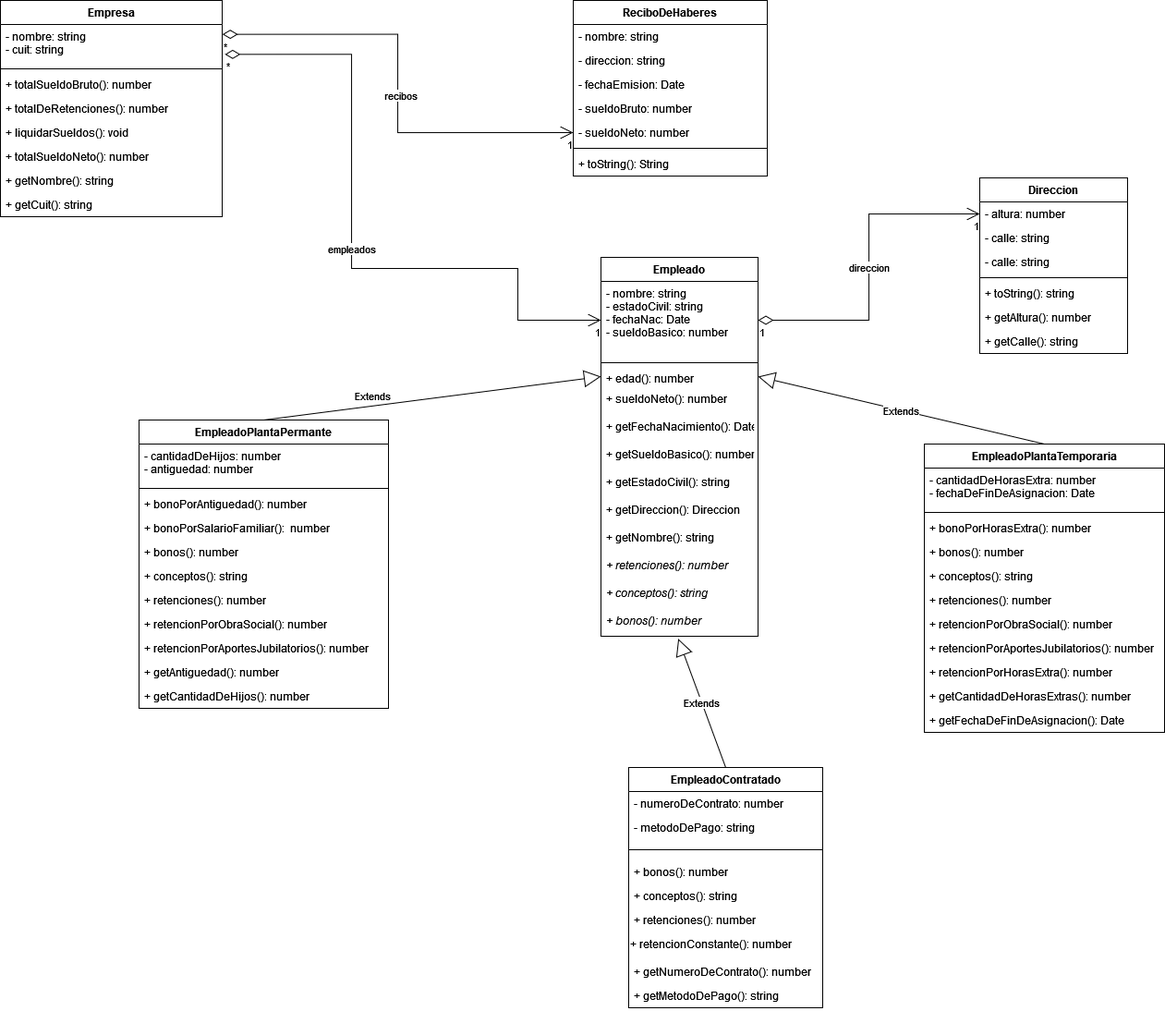
Before: TP UML OBJ2.drawio.png, a diagram exported from draw.io (jmsanchezdiaz/unq-poo2-tp2). Source tidied: cells renumbered, new cells last; positions are measured from the earlier drawing's top-left corner, leaving out a move shared by most shapes.
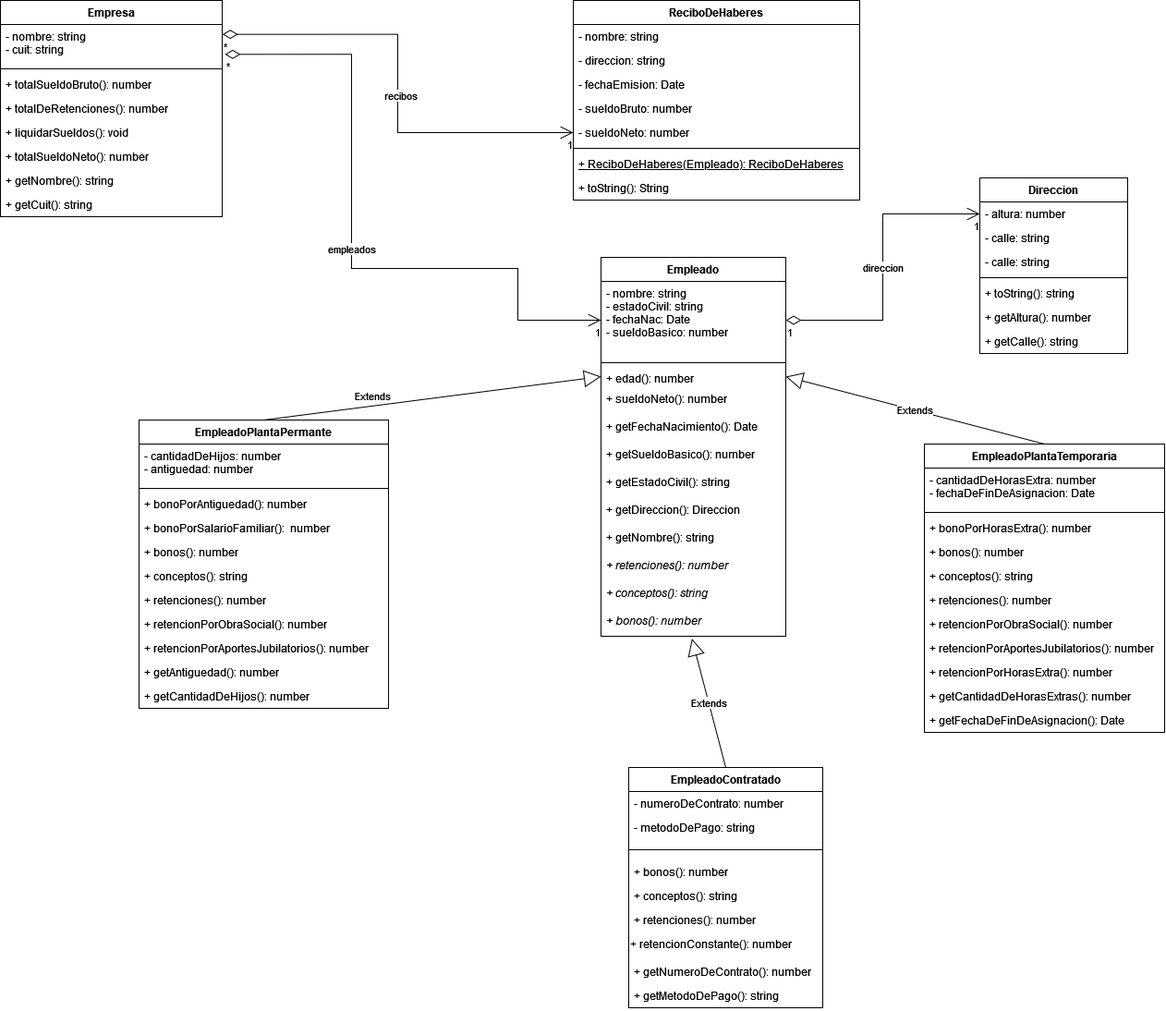
The same file after the commit.

What changed in the source:
```diff
@@ -30,43 +30,43 @@
       <mxGeometry y="208" width="240" height="26" as="geometry" />
     </mxCell>
     <mxCell id="11" value="Empleado" style="swimlane;fontStyle=1;align=center;verticalAlign=top;horizontal=1;startSize=26;" parent="1" vertex="1">
-      <mxGeometry x="650" y="278" width="170" height="410" as="geometry" />
+      <mxGeometry x="650" y="278" width="200" height="410" as="geometry" />
     </mxCell>
     <mxCell id="12" value="- nombre: string&#10;- estadoCivil: string&#10;- fechaNac: Date&#10;- sueldoBasico: number&#10;" style="text;strokeColor=none;fillColor=none;align=left;verticalAlign=top;spacingLeft=4;spacingRight=4;overflow=hidden;points=[[0,0.5],[1,0.5]];portConstraint=eastwest;" parent="11" vertex="1">
-      <mxGeometry y="26" width="170" height="84" as="geometry" />
+      <mxGeometry y="26" width="200" height="84" as="geometry" />
     </mxCell>
     <mxCell id="13" style="line;strokeWidth=1;fillColor=none;align=left;verticalAlign=middle;spacingTop=-1;spacingLeft=3;spacingRight=3;labelPosition=right;" parent="11" vertex="1">
-      <mxGeometry y="110" width="170" height="8" as="geometry" />
+      <mxGeometry y="110" width="200" height="8" as="geometry" />
     </mxCell>
     <mxCell id="14" value="+ edad(): number&#10;&#10;" style="text;strokeColor=none;fillColor=none;align=left;verticalAlign=top;spacingLeft=4;spacingRight=4;overflow=hidden;points=[[0,0.5],[1,0.5]];portConstraint=eastwest;fontStyle=0;" parent="11" vertex="1">
-      <mxGeometry y="118" width="170" height="22" as="geometry" />
+      <mxGeometry y="118" width="200" height="22" as="geometry" />
     </mxCell>
     <mxCell id="15" value="+ sueldoNeto(): number" style="text;strokeColor=none;fillColor=none;align=left;verticalAlign=top;spacingLeft=4;spacingRight=4;overflow=hidden;fontStyle=0;" parent="11" vertex="1">
-      <mxGeometry y="140" width="170" height="30" as="geometry" />
+      <mxGeometry y="140" width="200" height="30" as="geometry" />
     </mxCell>
     <mxCell id="16" value="+ getFechaNacimiento(): Date" style="text;strokeColor=none;fillColor=none;align=left;verticalAlign=top;spacingLeft=4;spacingRight=4;overflow=hidden;fontStyle=0;" parent="11" vertex="1">
-      <mxGeometry y="170" width="170" height="30" as="geometry" />
+      <mxGeometry y="170" width="200" height="30" as="geometry" />
     </mxCell>
     <mxCell id="17" value="+ getSueldoBasico(): number" style="text;strokeColor=none;fillColor=none;align=left;verticalAlign=top;spacingLeft=4;spacingRight=4;overflow=hidden;fontStyle=0;" parent="11" vertex="1">
-      <mxGeometry y="200" width="170" height="30" as="geometry" />
+      <mxGeometry y="200" width="200" height="30" as="geometry" />
     </mxCell>
     <mxCell id="18" value="+ getEstadoCivil(): string" style="text;strokeColor=none;fillColor=none;align=left;verticalAlign=top;spacingLeft=4;spacingRight=4;overflow=hidden;fontStyle=0;" parent="11" vertex="1">
-      <mxGeometry y="230" width="170" height="30" as="geometry" />
+      <mxGeometry y="230" width="200" height="30" as="geometry" />
     </mxCell>
     <mxCell id="19" value="+ getDireccion(): Direccion" style="text;strokeColor=none;fillColor=none;align=left;verticalAlign=top;spacingLeft=4;spacingRight=4;overflow=hidden;fontStyle=0;" parent="11" vertex="1">
-      <mxGeometry y="260" width="170" height="30" as="geometry" />
+      <mxGeometry y="260" width="200" height="30" as="geometry" />
     </mxCell>
     <mxCell id="20" value="+ getNombre(): string" style="text;strokeColor=none;fillColor=none;align=left;verticalAlign=top;spacingLeft=4;spacingRight=4;overflow=hidden;fontStyle=0;" parent="11" vertex="1">
-      <mxGeometry y="290" width="170" height="30" as="geometry" />
+      <mxGeometry y="290" width="200" height="30" as="geometry" />
     </mxCell>
     <mxCell id="21" value="+ retenciones(): number" style="text;strokeColor=none;fillColor=none;align=left;verticalAlign=top;spacingLeft=4;spacingRight=4;overflow=hidden;fontStyle=2;" parent="11" vertex="1">
-      <mxGeometry y="320" width="170" height="30" as="geometry" />
+      <mxGeometry y="320" width="200" height="30" as="geometry" />
     </mxCell>
     <mxCell id="22" value="+ conceptos(): string" style="text;strokeColor=none;fillColor=none;align=left;verticalAlign=top;spacingLeft=4;spacingRight=4;overflow=hidden;fontStyle=2;" parent="11" vertex="1">
-      <mxGeometry y="350" width="170" height="30" as="geometry" />
+      <mxGeometry y="350" width="200" height="30" as="geometry" />
     </mxCell>
     <mxCell id="23" value="+ bonos(): number" style="text;strokeColor=none;fillColor=none;align=left;verticalAlign=top;spacingLeft=4;spacingRight=4;overflow=hidden;points=[[0,0.5],[1,0.5]];portConstraint=eastwest;fontStyle=2;" parent="11" vertex="1">
-      <mxGeometry y="380" width="170" height="30" as="geometry" />
+      <mxGeometry y="380" width="200" height="30" as="geometry" />
     </mxCell>
     <mxCell id="24" value="EmpleadoPlantaPermante" style="swimlane;fontStyle=1;align=center;verticalAlign=top;horizontal=1;startSize=26;" parent="1" vertex="1">
       <mxGeometry x="150" y="454" width="270" height="312" as="geometry" />
@@ -147,29 +147,32 @@
       <mxGeometry relative="1" as="geometry" />
     </mxCell>
     <mxCell id="50" value="ReciboDeHaberes" style="swimlane;fontStyle=1;align=center;verticalAlign=top;horizontal=1;startSize=26;" parent="1" vertex="1">
-      <mxGeometry x="620" width="210" height="190" as="geometry" />
+      <mxGeometry x="620" width="310" height="216" as="geometry" />
     </mxCell>
     <mxCell id="51" value="- nombre: string" style="text;strokeColor=none;fillColor=none;align=left;verticalAlign=top;spacingLeft=4;spacingRight=4;overflow=hidden;" parent="50" vertex="1">
-      <mxGeometry y="26" width="210" height="26" as="geometry" />
+      <mxGeometry y="26" width="310" height="26" as="geometry" />
     </mxCell>
     <mxCell id="52" value="- direccion: string" style="text;strokeColor=none;fillColor=none;align=left;verticalAlign=top;spacingLeft=4;spacingRight=4;overflow=hidden;" parent="50" vertex="1">
-      <mxGeometry y="52" width="210" height="26" as="geometry" />
+      <mxGeometry y="52" width="310" height="26" as="geometry" />
     </mxCell>
     <mxCell id="53" value="- fechaEmision: Date" style="text;strokeColor=none;fillColor=none;align=left;verticalAlign=top;spacingLeft=4;spacingRight=4;overflow=hidden;" parent="50" vertex="1">
-      <mxGeometry y="78" width="210" height="26" as="geometry" />
+      <mxGeometry y="78" width="310" height="26" as="geometry" />
     </mxCell>
     <mxCell id="54" value="- sueldoBruto: number" style="text;strokeColor=none;fillColor=none;align=left;verticalAlign=top;spacingLeft=4;spacingRight=4;overflow=hidden;" parent="50" vertex="1">
-      <mxGeometry y="104" width="210" height="26" as="geometry" />
+      <mxGeometry y="104" width="310" height="26" as="geometry" />
     </mxCell>
     <mxCell id="55" value="- sueldoNeto: number" style="text;strokeColor=none;fillColor=none;align=left;verticalAlign=top;spacingLeft=4;spacingRight=4;overflow=hidden;points=[[0,0.5],[1,0.5]];portConstraint=eastwest;" parent="50" vertex="1">
-      <mxGeometry y="130" width="210" height="26" as="geometry" />
+      <mxGeometry y="130" width="310" height="26" as="geometry" />
     </mxCell>
     <mxCell id="56" style="line;strokeWidth=1;fillColor=none;align=left;verticalAlign=middle;spacingTop=-1;spacingLeft=3;spacingRight=3;labelPosition=right;" parent="50" vertex="1">
-      <mxGeometry y="156" width="210" height="8" as="geometry" />
+      <mxGeometry y="156" width="310" height="8" as="geometry" />
     </mxCell>
-    <mxCell id="57" value="+ toString(): String" style="text;strokeColor=none;fillColor=none;align=left;verticalAlign=top;spacingLeft=4;spacingRight=4;overflow=hidden;" parent="50" vertex="1">
-      <mxGeometry y="164" width="210" height="26" as="geometry" />
+    <mxCell id="57" value="+ ReciboDeHaberes(Empleado): ReciboDeHaberes" style="text;strokeColor=none;fillColor=none;align=left;verticalAlign=top;spacingLeft=4;spacingRight=4;overflow=hidden;fontStyle=4;" parent="50" vertex="1">
+      <mxGeometry y="164" width="310" height="26" as="geometry" />
     </mxCell>
+    <mxCell id="86" value="+ toString(): String" style="text;strokeColor=none;fillColor=none;align=left;verticalAlign=top;spacingLeft=4;spacingRight=4;overflow=hidden;" parent="50" vertex="1">
+      <mxGeometry y="190" width="310" height="26" as="geometry" />
+    </mxCell>
     <mxCell id="58" value="Direccion" style="swimlane;fontStyle=1;align=center;verticalAlign=top;horizontal=1;startSize=26;" parent="1" vertex="1">
       <mxGeometry x="1060" y="192" width="160" height="190" as="geometry" />
     </mxCell>
```
